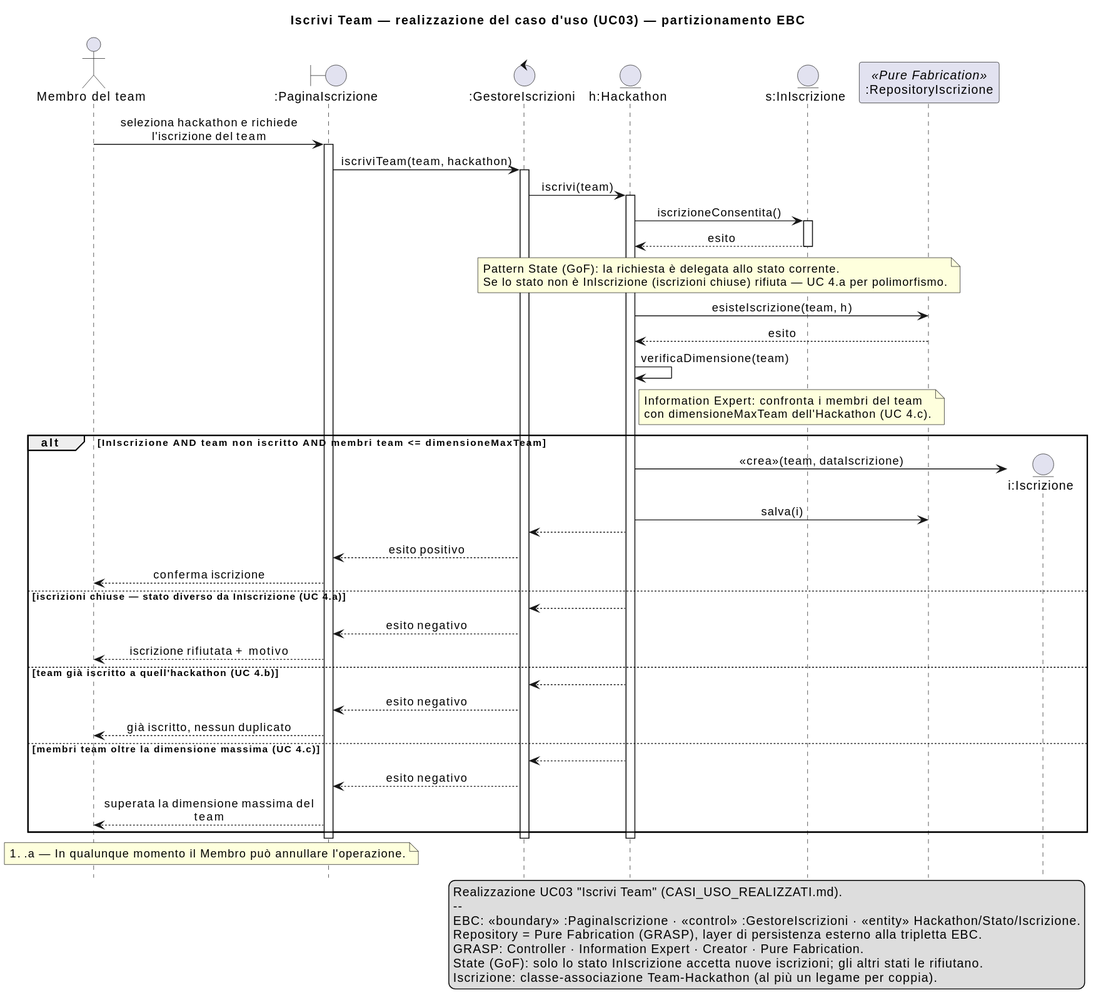
The PlantUML diagram iterazione1/diagrammiSequenza/iscriviTeam/SEQ_IscriviTeam.svg in rizzutomatteo/HackHub-Appoggio, before a commit.
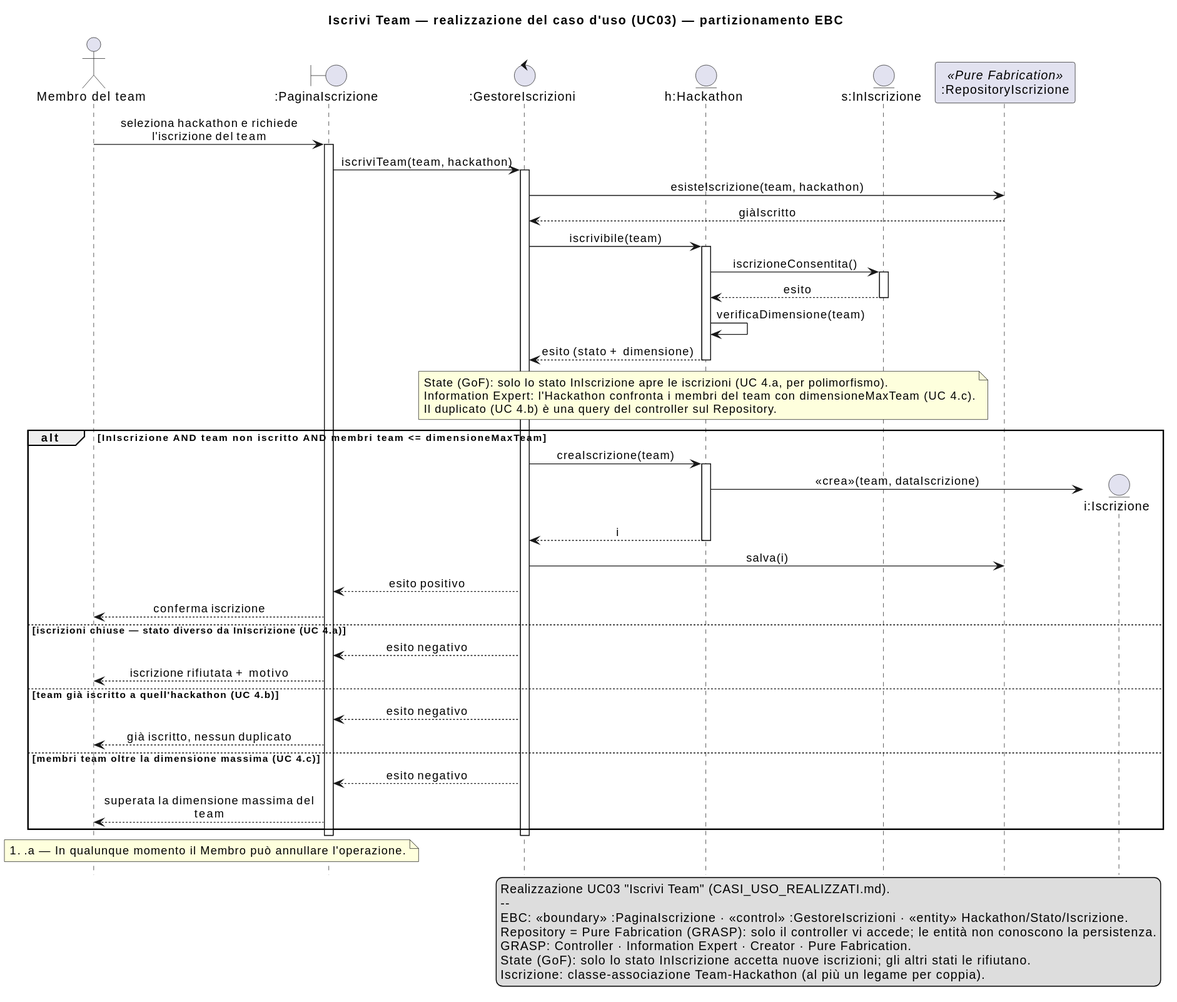
After the commit.

Commit message:
Corregge l'applicazione dei principi GRASP nei diagrammi di sequenza EBC

What changed in the source:
```diff
@@ -17,44 +17,44 @@
 activate B
 B -> GI : iscriviTeam(team, hackathon)
 activate GI
-GI -> H : iscrivi(team)
+
+GI -> RI : esisteIscrizione(team, hackathon)
+RI --> GI : giàIscritto
+GI -> H : iscrivibile(team)
 activate H
-
 H -> S : iscrizioneConsentita()
 activate S
 S --> H : esito
 deactivate S
-note over H, S
-  Pattern State (GoF): la richiesta è delegata allo stato corrente.
-  Se lo stato non è InIscrizione (iscrizioni chiuse) rifiuta — UC 4.a per polimorfismo.
+H -> H : verificaDimensione(team)
+H --> GI : esito (stato + dimensione)
+deactivate H
+note over GI, S
+  State (GoF): solo lo stato InIscrizione apre le iscrizioni (UC 4.a, per polimorfismo).
+  Information Expert: l'Hackathon confronta i membri del team con dimensioneMaxTeam (UC 4.c).
+  Il duplicato (UC 4.b) è una query del controller sul Repository.
 end note
 
-H -> RI : esisteIscrizione(team, h)
-RI --> H : esito
-H -> H : verificaDimensione(team)
-note right of H : Information Expert: confronta i membri del team\ncon dimensioneMaxTeam dell'Hackathon (UC 4.c).
-
 alt InIscrizione  AND  team non iscritto  AND  membri team <= dimensioneMaxTeam
+    GI -> H : creaIscrizione(team)
+    activate H
     create entity "i:Iscrizione" as I
     H -> I : «crea»(team, dataIscrizione)
-    H -> RI : salva(i)
-    H --> GI
+    H --> GI : i
+    deactivate H
+    GI -> RI : salva(i)
     GI --> B : esito positivo
     B --> Mem : conferma iscrizione
 else iscrizioni chiuse — stato diverso da InIscrizione (UC 4.a)
-    H --> GI
     GI --> B : esito negativo
     B --> Mem : iscrizione rifiutata + motivo
 else team già iscritto a quell'hackathon (UC 4.b)
-    H --> GI
     GI --> B : esito negativo
     B --> Mem : già iscritto, nessun duplicato
 else membri team oltre la dimensione massima (UC 4.c)
-    H --> GI
     GI --> B : esito negativo
     B --> Mem : superata la dimensione massima del team
 end
-deactivate H
 deactivate GI
 deactivate B
 
@@ -66,7 +66,7 @@
   Realizzazione UC03 "Iscrivi Team" (CASI_USO_REALIZZATI.md).
   --
   EBC: «boundary» :PaginaIscrizione · «control» :GestoreIscrizioni · «entity» Hackathon/Stato/Iscrizione.
-  Repository = Pure Fabrication (GRASP), layer di persistenza esterno alla tripletta EBC.
+  Repository = Pure Fabrication (GRASP): solo il controller vi accede; le entità non conoscono la persistenza.
   GRASP: Controller · Information Expert · Creator · Pure Fabrication.
   State (GoF): solo lo stato InIscrizione accetta nuove iscrizioni; gli altri stati le rifiutano.
   Iscrizione: classe-associazione Team-Hackathon (al più un legame per coppia).
```
